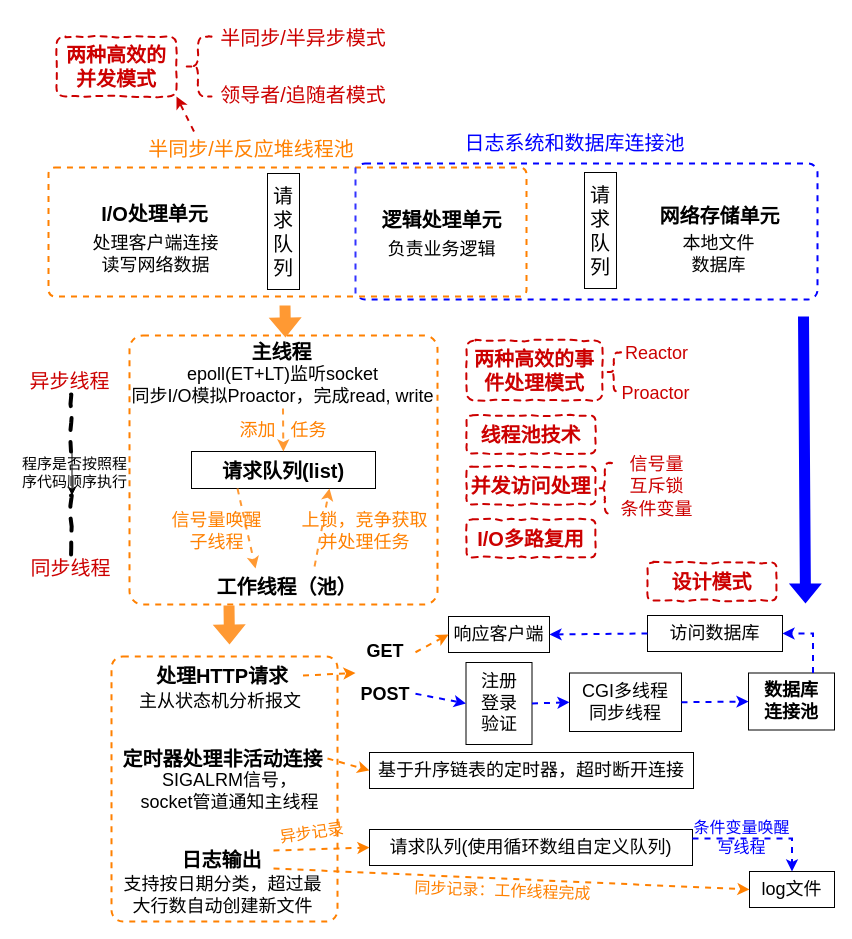
This is Untitled Diagram.drawio from bling-star-hub/MyDiagram, a draw.io file, before an edit. Source tidied: cells renumbered, new cells numbered last; positions are measured from the earlier drawing's top-left corner, leaving out a move shared by most shapes. Both pictures are drawn from the tidied source at 100%, with x=0, y=0 at pixel (17, 17).
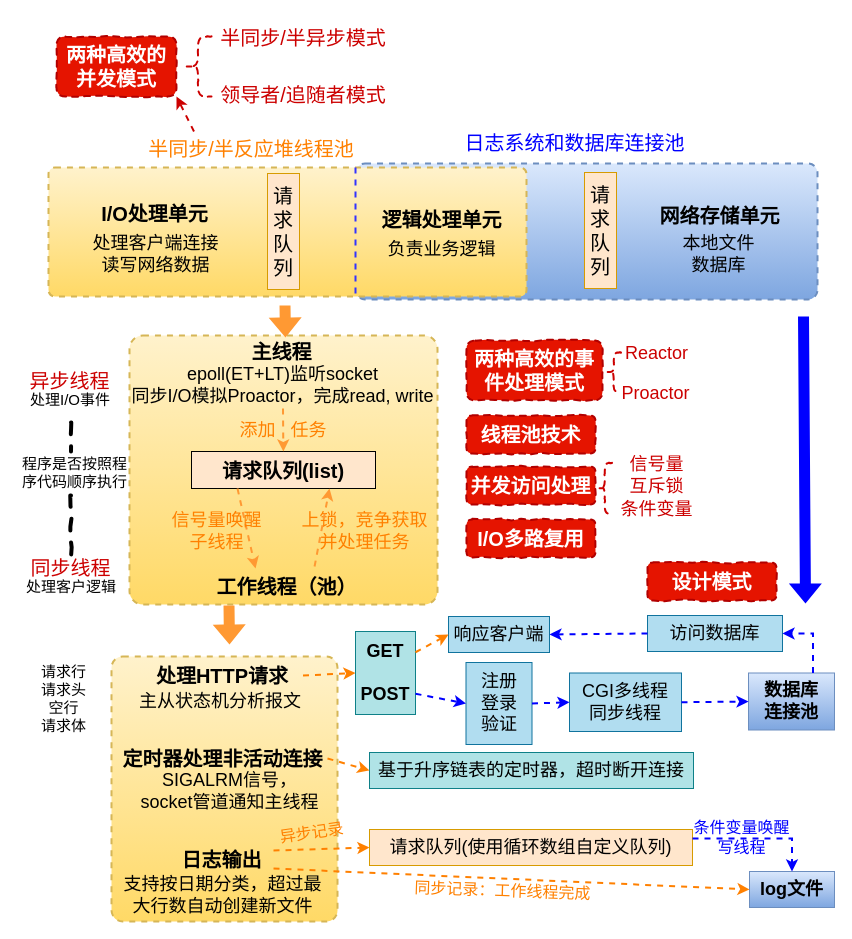
After the change.

Unchanged cells that the change refers to:
```xml
<mxCell id="70" style="line;strokeWidth=4;direction=south;html=1;perimeter=backbonePerimeter;points=[];outlineConnect=0;dashed=1;comic=1;fontSize=18;fontColor=#0000FF;fillColor=none;" parent="1" vertex="1">
  <mxGeometry x="48.5" y="478" width="10" height="62" as="geometry" />
</mxCell>
```

Diff of the diagram source:
```diff
@@
-    <mxCell id="2" style="rounded=1;whiteSpace=wrap;html=1;fontSize=20;arcSize=5;dashed=1;strokeWidth=2;strokeColor=#FF8000;" parent="1" vertex="1">
+    <mxCell id="2" style="rounded=1;whiteSpace=wrap;html=1;fontSize=20;arcSize=5;dashed=1;strokeWidth=2;strokeColor=#d6b656;fillColor=#fff2cc;gradientColor=#ffd966;" parent="1" vertex="1">
       <mxGeometry x="94" y="639" width="226" height="265" as="geometry" />
     </mxCell>
-    <mxCell id="3" style="rounded=1;whiteSpace=wrap;html=1;fontSize=20;arcSize=5;dashed=1;strokeWidth=2;strokeColor=#FF8000;" parent="1" vertex="1">
+    <mxCell id="3" style="rounded=1;whiteSpace=wrap;html=1;fontSize=20;arcSize=5;dashed=1;strokeWidth=2;strokeColor=#d6b656;fillColor=#fff2cc;gradientColor=#ffd966;" parent="1" vertex="1">
       <mxGeometry x="112" y="318" width="308" height="269" as="geometry" />
     </mxCell>
-    <mxCell id="4" style="rounded=1;whiteSpace=wrap;html=1;fontSize=20;arcSize=7;dashed=1;strokeWidth=2;strokeColor=#0000FF;" parent="1" vertex="1">
+    <mxCell id="4" style="rounded=1;whiteSpace=wrap;html=1;fontSize=20;arcSize=7;dashed=1;strokeWidth=2;strokeColor=#6c8ebf;fillColor=#dae8fc;gradientColor=#7ea6e0;" parent="1" vertex="1">
       <mxGeometry x="338" y="146" width="462" height="136" as="geometry" />
     </mxCell>
-    <mxCell id="5" style="rounded=1;whiteSpace=wrap;html=1;fontSize=20;arcSize=5;dashed=1;strokeWidth=2;strokeColor=#FF8000;" parent="1" vertex="1">
+    <mxCell id="5" style="rounded=1;whiteSpace=wrap;html=1;fontSize=20;arcSize=5;dashed=1;strokeWidth=2;strokeColor=#d6b656;fillColor=#fff2cc;gradientColor=#ffd966;" parent="1" vertex="1">
       <mxGeometry x="31" y="150" width="478" height="129" as="geometry" />
     </mxCell>
@@
-    <mxCell id="9" value="&lt;font style=&quot;font-size: 20px;&quot;&gt;请求队列&lt;/font&gt;" style="rounded=0;whiteSpace=wrap;html=1;fontSize=20;" parent="1" vertex="1">
+    <mxCell id="9" value="&lt;font style=&quot;font-size: 20px;&quot;&gt;请求队列&lt;/font&gt;" style="rounded=0;whiteSpace=wrap;html=1;fontSize=20;fillColor=#ffe6cc;strokeColor=#d79b00;" parent="1" vertex="1">
       <mxGeometry x="250" y="156" width="32" height="116" as="geometry" />
     </mxCell>
-    <mxCell id="10" value="&lt;font style=&quot;font-size: 20px;&quot;&gt;请求队列&lt;/font&gt;" style="rounded=0;whiteSpace=wrap;html=1;fontSize=20;" parent="1" vertex="1">
+    <mxCell id="10" value="&lt;font style=&quot;font-size: 20px;&quot;&gt;请求队列&lt;/font&gt;" style="rounded=0;whiteSpace=wrap;html=1;fontSize=20;fillColor=#ffe6cc;strokeColor=#d79b00;" parent="1" vertex="1">
       <mxGeometry x="567" y="155" width="32" height="116" as="geometry" />
     </mxCell>
@@
-    <mxCell id="15" value="两种高效的并发模式" style="rounded=1;whiteSpace=wrap;html=1;dashed=1;fontSize=20;fontColor=#CC0000;strokeColor=#CC0000;strokeWidth=2;fillColor=none;comic=1;fontStyle=1;" parent="1" vertex="1">
+    <mxCell id="15" value="两种高效的并发模式" style="rounded=1;whiteSpace=wrap;html=1;dashed=1;fontSize=20;strokeColor=#B20000;strokeWidth=2;fillColor=#e51400;comic=1;fontStyle=1;fontColor=#ffffff;" parent="1" vertex="1">
       <mxGeometry x="39" y="19" width="120" height="60" as="geometry" />
     </mxCell>
@@
-    <mxCell id="22" value="&lt;font style=&quot;font-size: 20px;&quot;&gt;请求队列(list)&lt;/font&gt;" style="rounded=0;whiteSpace=wrap;html=1;fontSize=20;fontStyle=1;" parent="1" vertex="1">
+    <mxCell id="22" value="&lt;font style=&quot;font-size: 20px;&quot;&gt;请求队列(list)&lt;/font&gt;" style="rounded=0;whiteSpace=wrap;html=1;fontSize=20;fontStyle=1;fillColor=#ffe6cc;strokeColor=default;" parent="1" vertex="1">
       <mxGeometry x="174" y="434" width="184" height="37" as="geometry" />
     </mxCell>
@@
-    <mxCell id="37" value="GET&lt;br style=&quot;font-size: 18px;&quot;&gt;&lt;br style=&quot;font-size: 18px;&quot;&gt;POST" style="rounded=0;whiteSpace=wrap;html=1;fontStyle=1;fontSize=18;strokeColor=none;fillColor=none;flipH=1;" parent="1" vertex="1">
+    <mxCell id="37" value="GET&lt;br style=&quot;font-size: 18px;&quot;&gt;&lt;br style=&quot;font-size: 18px;&quot;&gt;POST" style="rounded=0;whiteSpace=wrap;html=1;fontStyle=1;fontSize=18;strokeColor=#0e8088;fillColor=#b0e3e6;flipH=1;" parent="1" vertex="1">
       <mxGeometry x="338" y="614" width="60" height="83" as="geometry" />
     </mxCell>
-    <mxCell id="38" value="访问数据库" style="rounded=0;whiteSpace=wrap;html=1;fontStyle=0;fontSize=18;strokeColor=default;fillColor=none;flipH=1;" parent="1" vertex="1">
+    <mxCell id="38" value="访问数据库" style="rounded=0;whiteSpace=wrap;html=1;fontStyle=0;fontSize=18;strokeColor=#10739e;fillColor=#b1ddf0;flipH=1;" parent="1" vertex="1">
       <mxGeometry x="630" y="598" width="135" height="36" as="geometry" />
     </mxCell>
-    <mxCell id="39" value="响应客户端" style="rounded=0;whiteSpace=wrap;html=1;fontStyle=0;fontSize=18;strokeColor=default;fillColor=none;flipH=1;" parent="1" vertex="1">
+    <mxCell id="39" value="响应客户端" style="rounded=0;whiteSpace=wrap;html=1;fontStyle=0;fontSize=18;strokeColor=#10739e;fillColor=#b1ddf0;flipH=1;" parent="1" vertex="1">
       <mxGeometry x="431" y="599" width="101" height="36" as="geometry" />
     </mxCell>
-    <mxCell id="40" value="注册&lt;br style=&quot;font-size: 18px;&quot;&gt;登录&lt;br style=&quot;font-size: 18px;&quot;&gt;验证" style="rounded=0;whiteSpace=wrap;html=1;fontStyle=0;fontSize=18;strokeColor=default;fillColor=none;flipH=1;" parent="1" vertex="1">
+    <mxCell id="40" value="注册&lt;br style=&quot;font-size: 18px;&quot;&gt;登录&lt;br style=&quot;font-size: 18px;&quot;&gt;验证" style="rounded=0;whiteSpace=wrap;html=1;fontStyle=0;fontSize=18;strokeColor=#10739e;fillColor=#b1ddf0;flipH=1;" parent="1" vertex="1">
       <mxGeometry x="448.5" y="645" width="66" height="82" as="geometry" />
     </mxCell>
-    <mxCell id="41" value="CGI多线程&lt;br style=&quot;font-size: 18px;&quot;&gt;同步线程" style="rounded=0;whiteSpace=wrap;html=1;fontStyle=0;fontSize=18;strokeColor=default;fillColor=none;flipH=1;" parent="1" vertex="1">
+    <mxCell id="41" value="CGI多线程&lt;br style=&quot;font-size: 18px;&quot;&gt;同步线程" style="rounded=0;whiteSpace=wrap;html=1;fontStyle=0;fontSize=18;strokeColor=#10739e;fillColor=#b1ddf0;flipH=1;" parent="1" vertex="1">
       <mxGeometry x="552" y="655.5" width="112" height="58.5" as="geometry" />
     </mxCell>
-    <mxCell id="42" value="数据库&lt;br style=&quot;font-size: 18px;&quot;&gt;连接池" style="rounded=0;whiteSpace=wrap;html=1;fontStyle=1;fontSize=18;strokeColor=default;fillColor=none;flipH=1;" parent="1" vertex="1">
+    <mxCell id="42" value="数据库&lt;br style=&quot;font-size: 18px;&quot;&gt;连接池" style="rounded=0;whiteSpace=wrap;html=1;fontStyle=1;fontSize=18;strokeColor=#6c8ebf;fillColor=#dae8fc;flipH=1;gradientColor=#7ea6e0;" parent="1" vertex="1">
       <mxGeometry x="731" y="655.5" width="86" height="57" as="geometry" />
     </mxCell>
@@
-    <mxCell id="49" value="基于升序链表的定时器，超时断开连接" style="rounded=0;whiteSpace=wrap;html=1;fontStyle=0;fontSize=18;strokeColor=default;fillColor=none;flipH=1;" parent="1" vertex="1">
+    <mxCell id="49" value="基于升序链表的定时器，超时断开连接" style="rounded=0;whiteSpace=wrap;html=1;fontStyle=0;fontSize=18;strokeColor=#0e8088;fillColor=#b0e3e6;flipH=1;" parent="1" vertex="1">
       <mxGeometry x="352" y="735" width="324" height="36" as="geometry" />
     </mxCell>
@@
-    <mxCell id="51" value="请求队列(使用循环数组自定义队列)" style="rounded=0;whiteSpace=wrap;html=1;fontStyle=0;fontSize=18;strokeColor=default;fillColor=none;flipH=1;" parent="1" vertex="1">
+    <mxCell id="51" value="请求队列(使用循环数组自定义队列)" style="rounded=0;whiteSpace=wrap;html=1;fontStyle=0;fontSize=18;strokeColor=#d79b00;fillColor=#ffe6cc;flipH=1;" parent="1" vertex="1">
       <mxGeometry x="352" y="812" width="323" height="36" as="geometry" />
     </mxCell>
@@
-    <mxCell id="54" value="log文件" style="rounded=0;whiteSpace=wrap;html=1;fontStyle=0;fontSize=18;strokeColor=default;fillColor=none;flipH=1;" parent="1" vertex="1">
+    <mxCell id="54" value="log文件" style="rounded=0;whiteSpace=wrap;html=1;fontStyle=1;fontSize=18;strokeColor=#6c8ebf;fillColor=#dae8fc;flipH=1;gradientColor=#7ea6e0;" parent="1" vertex="1">
       <mxGeometry x="732" y="854" width="85" height="36" as="geometry" />
     </mxCell>
@@
-    <mxCell id="60" value="两种高效的事件处理模式" style="rounded=1;whiteSpace=wrap;html=1;dashed=1;fontSize=20;fontColor=#CC0000;strokeColor=#CC0000;strokeWidth=2;fillColor=none;comic=1;fontStyle=1;" parent="1" vertex="1">
+    <mxCell id="60" value="两种高效的事件处理模式" style="rounded=1;whiteSpace=wrap;html=1;dashed=1;fontSize=20;strokeColor=#B20000;strokeWidth=2;fillColor=#e51400;comic=1;fontStyle=1;fontColor=#ffffff;" parent="1" vertex="1">
       <mxGeometry x="449" y="323" width="136" height="60" as="geometry" />
     </mxCell>
@@
-    <mxCell id="64" value="线程池技术" style="rounded=1;whiteSpace=wrap;html=1;dashed=1;fontSize=20;fontColor=#CC0000;strokeColor=#CC0000;strokeWidth=2;fillColor=none;comic=1;fontStyle=1;" parent="1" vertex="1">
+    <mxCell id="64" value="线程池技术" style="rounded=1;whiteSpace=wrap;html=1;dashed=1;fontSize=20;strokeColor=#B20000;strokeWidth=2;fillColor=#e51400;comic=1;fontStyle=1;fontColor=#ffffff;" parent="1" vertex="1">
       <mxGeometry x="449" y="398" width="129" height="38" as="geometry" />
     </mxCell>
-    <mxCell id="65" value="并发访问处理" style="rounded=1;whiteSpace=wrap;html=1;dashed=1;fontSize=20;fontColor=#CC0000;strokeColor=#CC0000;strokeWidth=2;fillColor=none;comic=1;fontStyle=1;" parent="1" vertex="1">
+    <mxCell id="65" value="并发访问处理" style="rounded=1;whiteSpace=wrap;html=1;dashed=1;fontSize=20;strokeColor=#B20000;strokeWidth=2;fillColor=#e51400;comic=1;fontStyle=1;fontColor=#ffffff;" parent="1" vertex="1">
       <mxGeometry x="449" y="449" width="129" height="38" as="geometry" />
     </mxCell>
-    <mxCell id="66" value="I/O多路复用" style="rounded=1;whiteSpace=wrap;html=1;dashed=1;fontSize=20;fontColor=#CC0000;strokeColor=#CC0000;strokeWidth=2;fillColor=none;comic=1;fontStyle=1;" parent="1" vertex="1">
+    <mxCell id="66" value="I/O多路复用" style="rounded=1;whiteSpace=wrap;html=1;dashed=1;fontSize=20;strokeColor=#B20000;strokeWidth=2;fillColor=#e51400;comic=1;fontStyle=1;fontColor=#ffffff;" parent="1" vertex="1">
       <mxGeometry x="449" y="502" width="129" height="38" as="geometry" />
     </mxCell>
@@
-    <mxCell id="68" style="edgeStyle=orthogonalEdgeStyle;rounded=0;jettySize=auto;html=1;fontSize=20;" parent="1" edge="1" source="69" target="70">
-      <mxGeometry relative="1" as="geometry" />
-    </mxCell>
     <mxCell id="69" style="line;strokeWidth=4;direction=south;html=1;perimeter=backbonePerimeter;points=[];outlineConnect=0;dashed=1;comic=1;fontSize=18;fontColor=#0000FF;fillColor=none;" parent="1" vertex="1">
-      <mxGeometry x="48.5" y="377" width="10" height="57" as="geometry" />
+      <mxGeometry x="48.5" y="405" width="10" height="29" as="geometry" />
     </mxCell>
@@
-    <mxCell id="71" value="设计模式" style="rounded=1;whiteSpace=wrap;html=1;dashed=1;fontSize=20;fontColor=#CC0000;strokeColor=#CC0000;strokeWidth=2;fillColor=none;comic=1;fontStyle=1;" parent="1" vertex="1">
+    <mxCell id="71" value="设计模式" style="rounded=1;whiteSpace=wrap;html=1;dashed=1;fontSize=20;fontColor=#ffffff;strokeColor=#B20000;strokeWidth=2;fillColor=#e51400;comic=1;fontStyle=1;" parent="1" vertex="1">
       <mxGeometry x="630" y="545" width="129" height="38" as="geometry" />
     </mxCell>
@@
+    <mxCell id="82" value="&lt;span style=&quot;font-size: 15px;&quot;&gt;处理I/O事件&lt;/span&gt;" style="rounded=0;whiteSpace=wrap;html=1;fontSize=15;fillColor=none;strokeColor=none;" parent="1" vertex="1">
+      <mxGeometry x="1.5" y="365" width="102" height="33" as="geometry" />
+    </mxCell>
+    <mxCell id="83" value="&lt;span style=&quot;font-size: 15px;&quot;&gt;处理客户逻辑&lt;/span&gt;" style="rounded=0;whiteSpace=wrap;html=1;fontSize=15;fillColor=none;strokeColor=none;" parent="1" vertex="1">
+      <mxGeometry x="3.2" y="552.5" width="102" height="33" as="geometry" />
+    </mxCell>
+    <mxCell id="84" value="&lt;span style=&quot;font-size: 15px;&quot;&gt;请求行&lt;br&gt;请求头&lt;br&gt;空行&lt;br&gt;请求体&lt;br&gt;&lt;/span&gt;" style="rounded=0;whiteSpace=wrap;html=1;fontSize=15;fillColor=none;strokeColor=none;" parent="1" vertex="1">
+      <mxGeometry x="3.2" y="639" width="87" height="83" as="geometry" />
+    </mxCell>
```
